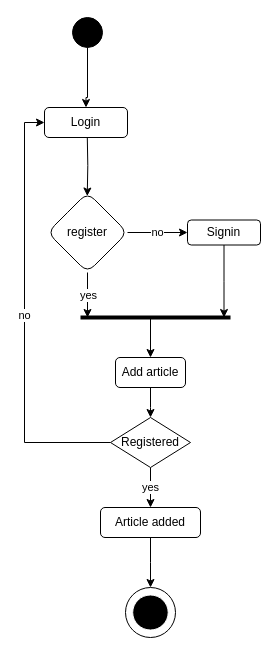
This is page "Add article" (3 of 6) of activity.drawio from mosup16/wikiwiki-swe-project-digrams, a draw.io file, before an edit. Source tidied: cells renumbered, new cells numbered last; positions are measured from the earlier drawing's top-left corner, leaving out a move shared by most shapes. Both pictures are drawn from the tidied source at 100%, with x=0, y=0 at pixel (24, 17).
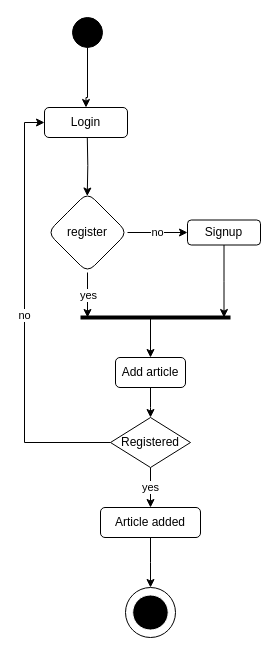
The same page after the edit.

Change to the diagram source:
```diff
@@
-    <mxCell id="10" value="Signin" style="whiteSpace=wrap;html=1;fillColor=#FFFFFF;rounded=1;" parent="1" vertex="1">
+    <mxCell id="10" value="Signup" style="whiteSpace=wrap;html=1;fillColor=#FFFFFF;rounded=1;" parent="1" vertex="1">
       <mxGeometry x="163" y="202.5" width="73" height="25" as="geometry" />
     </mxCell>
```
